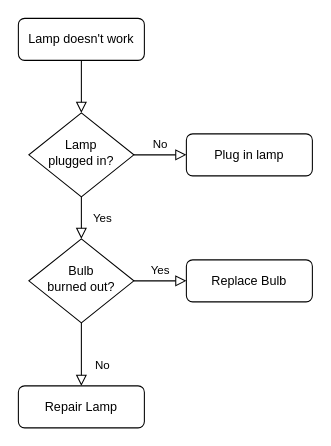
The draw.io diagram Unbenanntes Diagramm.drawio in ma0068/GitDoks, before the edit. Source tidied: cells renumbered, new cells numbered last; positions are measured from the earlier drawing's top-left corner, leaving out a move shared by most shapes. Both pictures are drawn from the tidied source at 105%, with x=0, y=0 at pixel (18, 18).
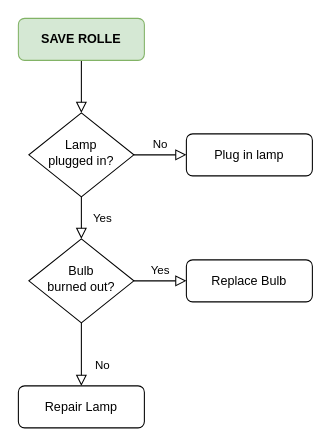
The same page after the edit.

The edit, as a diff of the source:
```diff
@@
 <mxGraphModel>
   <root>
     <mxCell id="0" />
     <mxCell id="1" parent="0" />
     <mxCell id="2" style="rounded=0;html=1;jettySize=auto;fontSize=11;endArrow=block;endFill=0;endSize=8;strokeWidth=1;shadow=0;labelBackgroundColor=none;edgeStyle=orthogonalEdgeStyle;" parent="1" edge="1" source="3" target="6">
       <mxGeometry relative="1" as="geometry" />
     </mxCell>
-    <mxCell id="3" value="Lamp doesn't work" style="rounded=1;whiteSpace=wrap;html=1;fontSize=12;glass=0;strokeWidth=1;shadow=0;" parent="1" vertex="1">
+    <mxCell id="3" value="SAVE ROLLE" style="rounded=1;whiteSpace=wrap;html=1;fontSize=12;glass=0;strokeWidth=1;shadow=0;fillColor=#d5e8d4;strokeColor=#82b366;fontStyle=1;" parent="1" vertex="1">
       <mxGeometry width="120" height="40" as="geometry" />
     </mxCell>
     <mxCell id="4" value="Yes" style="rounded=0;html=1;jettySize=auto;fontSize=11;endArrow=block;endFill=0;endSize=8;strokeWidth=1;shadow=0;labelBackgroundColor=none;edgeStyle=orthogonalEdgeStyle;" parent="1" edge="1" source="6" target="10">
       <mxGeometry y="20" relative="1" as="geometry" />
     </mxCell>
     <mxCell id="5" value="No" style="edgeStyle=orthogonalEdgeStyle;rounded=0;html=1;jettySize=auto;fontSize=11;endArrow=block;endFill=0;endSize=8;strokeWidth=1;shadow=0;labelBackgroundColor=none;" parent="1" edge="1" source="6" target="7">
       <mxGeometry y="10" relative="1" as="geometry" />
     </mxCell>
     <mxCell id="6" value="Lamp&lt;br&gt;plugged in?" style="rhombus;whiteSpace=wrap;html=1;shadow=0;fontFamily=Helvetica;fontSize=12;align=center;strokeWidth=1;spacing=6;spacingTop=-4;" parent="1" vertex="1">
       <mxGeometry x="10" y="90" width="100" height="80" as="geometry" />
     </mxCell>
     <mxCell id="7" value="Plug in lamp" style="rounded=1;whiteSpace=wrap;html=1;fontSize=12;glass=0;strokeWidth=1;shadow=0;" parent="1" vertex="1">
       <mxGeometry x="160" y="110" width="120" height="40" as="geometry" />
     </mxCell>
     <mxCell id="8" value="No" style="rounded=0;html=1;jettySize=auto;fontSize=11;endArrow=block;endFill=0;endSize=8;strokeWidth=1;shadow=0;labelBackgroundColor=none;edgeStyle=orthogonalEdgeStyle;" parent="1" edge="1" source="10" target="11">
       <mxGeometry x="0.33" y="20" relative="1" as="geometry" />
     </mxCell>
     <mxCell id="9" value="Yes" style="edgeStyle=orthogonalEdgeStyle;rounded=0;html=1;jettySize=auto;fontSize=11;endArrow=block;endFill=0;endSize=8;strokeWidth=1;shadow=0;labelBackgroundColor=none;" parent="1" edge="1" source="10" target="12">
       <mxGeometry y="10" relative="1" as="geometry" />
     </mxCell>
     <mxCell id="10" value="Bulb&lt;br&gt;burned out?" style="rhombus;whiteSpace=wrap;html=1;shadow=0;fontFamily=Helvetica;fontSize=12;align=center;strokeWidth=1;spacing=6;spacingTop=-4;" parent="1" vertex="1">
       <mxGeometry x="10" y="210" width="100" height="80" as="geometry" />
     </mxCell>
     <mxCell id="11" value="Repair Lamp" style="rounded=1;whiteSpace=wrap;html=1;fontSize=12;glass=0;strokeWidth=1;shadow=0;" parent="1" vertex="1">
       <mxGeometry y="350" width="120" height="40" as="geometry" />
     </mxCell>
     <mxCell id="12" value="Replace Bulb" style="rounded=1;whiteSpace=wrap;html=1;fontSize=12;glass=0;strokeWidth=1;shadow=0;" parent="1" vertex="1">
       <mxGeometry x="160" y="230" width="120" height="40" as="geometry" />
     </mxCell>
   </root>
 </mxGraphModel>
```
